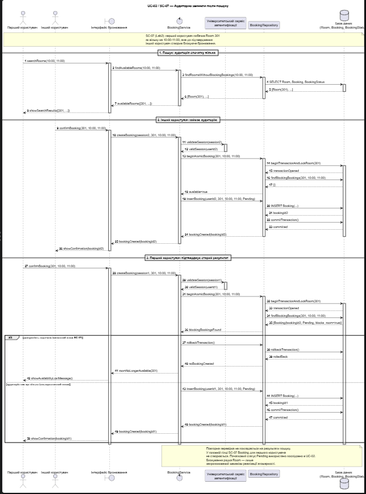
Oleksandr-C-S/MAVPZ keeps this PlantUML diagram as lab3/renders/sequence-03.png. Above is the earlier version. Its source is kept beside it as lab3/model/sequence-03.puml.
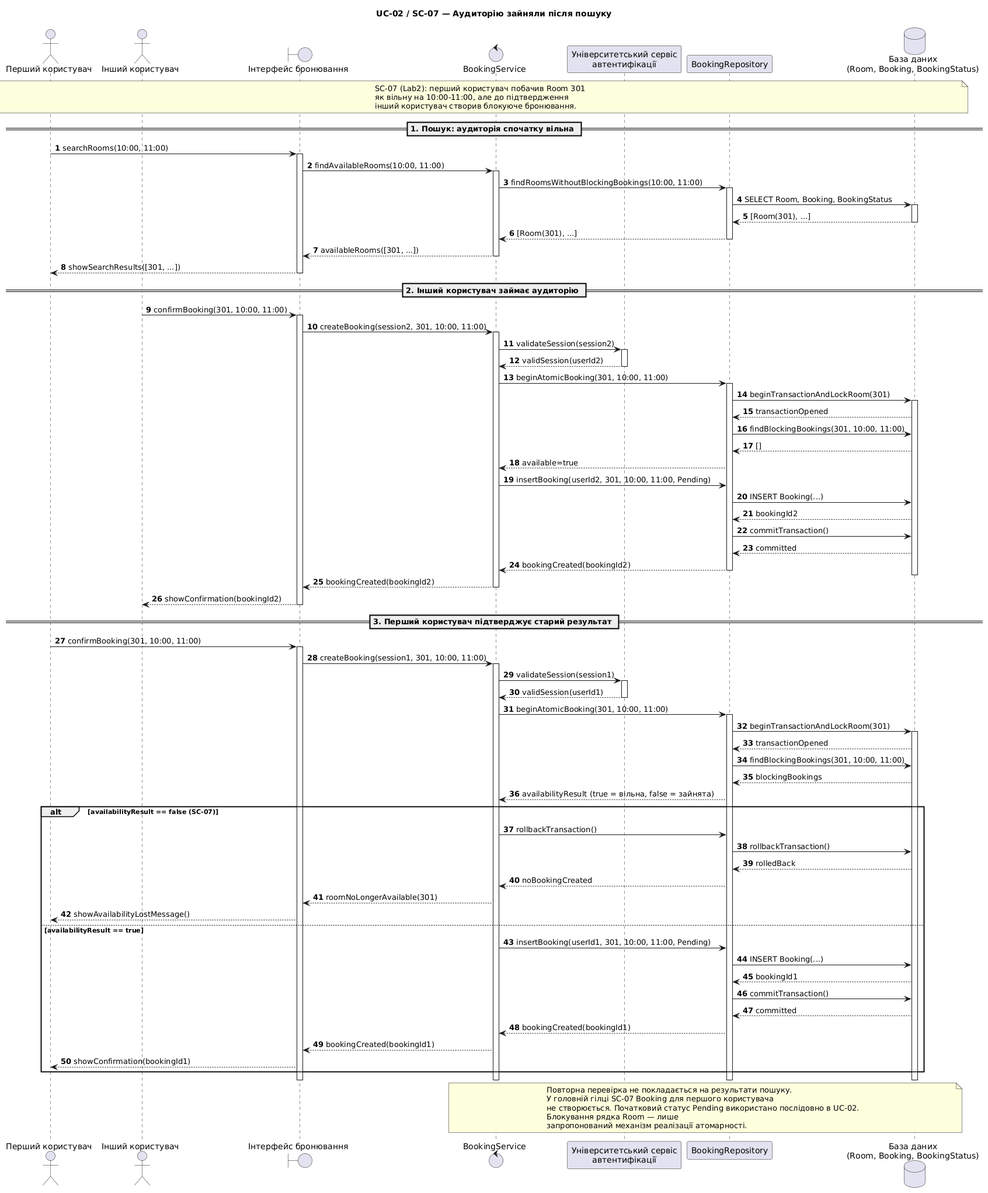
Above is the later version.

Commit message:
fix availability conditions in sequence diagrams

Change to the diagram source:
```diff
@@ -80,17 +80,17 @@
 activate DB
 DB --> Repo : transactionOpened
 Repo -> DB : findBlockingBookings(301, 10:00, 11:00)
-DB --> Repo : [Booking(bookingId2, Pending, blocks_room=true)]
-Repo --> Service : blockingBookingsFound
+DB --> Repo : blockingBookings
+Repo --> Service : availabilityResult (true = вільна, false = зайнята)
 
-alt доступність втрачено (основний шлях SC-07)
+alt availabilityResult == false (SC-07)
     Service -> Repo : rollbackTransaction()
     Repo -> DB : rollbackTransaction()
     DB --> Repo : rolledBack
     Repo --> Service : noBookingCreated
     Service --> UI : roomNoLongerAvailable(301)
     UI --> User1 : showAvailabilityLostMessage()
-else аудиторія все ще вільна (альтернативний шлях)
+else availabilityResult == true
     Service -> Repo : insertBooking(userId1, 301, 10:00, 11:00, Pending)
     Repo -> DB : INSERT Booking(...)
     DB --> Repo : bookingId1
```
